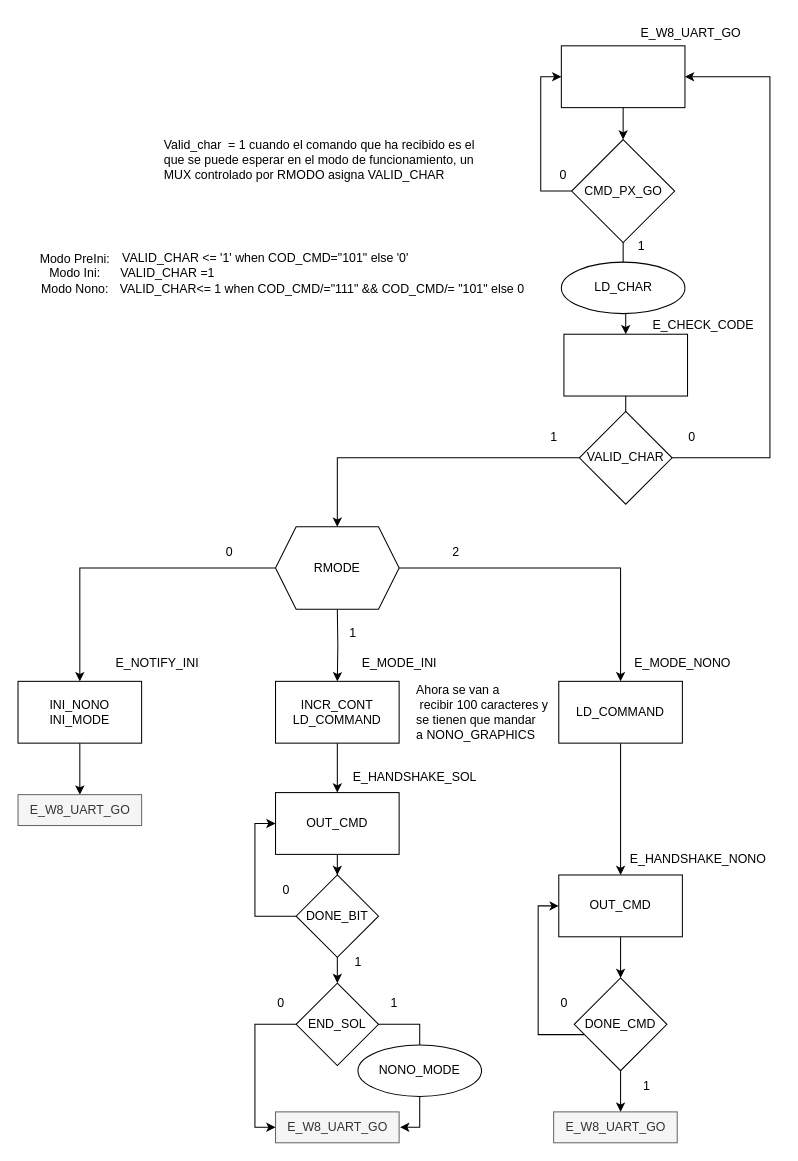
This is DiagramasDisenio/FicherosDrawio/CMD_PROCESS_UC.drawio from DASDNonograma/Nonograma, a draw.io file, before an edit. Source tidied: cells renumbered, new cells numbered last; positions are measured from the earlier drawing's top-left corner, leaving out a move shared by most shapes. Both pictures are drawn from the tidied source at 103%, with x=0, y=0 at pixel (18, 18).
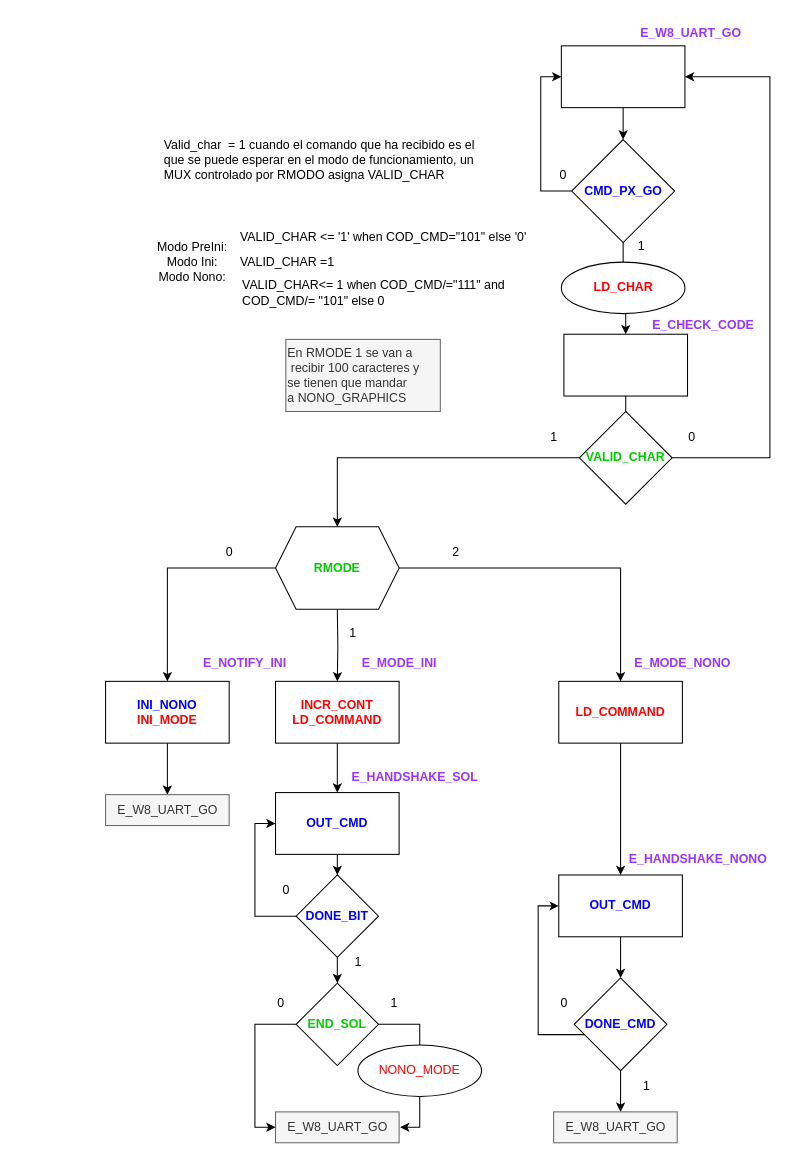
The same diagram, later.

Commit message (it also covers changes not shown here):
Actualizando Drawios de CMD_PROCESS y NONO_CURSOR

What changed in the source:
```diff
@@
-    <mxCell id="4" value="E_W8_UART_GO" style="text;html=1;align=center;verticalAlign=middle;strokeColor=none;fillColor=none;" parent="1" vertex="1">
+    <mxCell id="4" value="E_W8_UART_GO" style="text;html=1;align=center;verticalAlign=middle;strokeColor=none;fillColor=none;fontColor=#9933FF;fontStyle=1;" parent="1" vertex="1">
       <mxGeometry x="592.5" width="120" height="30" as="geometry" />
     </mxCell>
@@
     <mxCell id="8" style="edgeStyle=orthogonalEdgeStyle;rounded=0;jettySize=auto;html=1;" parent="1" edge="1" source="9">
       <mxGeometry relative="1" as="geometry">
-        <mxPoint x="60" y="754" as="targetPoint" />
+        <mxPoint x="145" y="754" as="targetPoint" />
       </mxGeometry>
     </mxCell>
-    <mxCell id="9" value="INI_NONO&lt;br&gt;INI_MODE" style="whiteSpace=wrap;html=1;" parent="1" vertex="1">
-      <mxGeometry y="644" width="120" height="60" as="geometry" />
+    <mxCell id="9" value="&lt;font color=&quot;#0000ff&quot;&gt;&lt;b&gt;INI_NONO&lt;br&gt;&lt;/b&gt;&lt;/font&gt;&lt;font color=&quot;#ff0000&quot;&gt;&lt;b&gt;INI_MODE&lt;/b&gt;&lt;/font&gt;" style="whiteSpace=wrap;html=1;" parent="1" vertex="1">
+      <mxGeometry x="85" y="644" width="120" height="60" as="geometry" />
     </mxCell>
@@
-    <mxCell id="11" value="INCR_CONT&lt;br&gt;LD_COMMAND" style="whiteSpace=wrap;html=1;" parent="1" vertex="1">
+    <mxCell id="11" value="INCR_CONT&lt;br&gt;LD_COMMAND" style="whiteSpace=wrap;html=1;fontColor=#FF0000;fontStyle=1;" parent="1" vertex="1">
       <mxGeometry x="250" y="644" width="120" height="60" as="geometry" />
     </mxCell>
@@
-    <mxCell id="13" value="LD_COMMAND" style="whiteSpace=wrap;html=1;" parent="1" vertex="1">
+    <mxCell id="13" value="LD_COMMAND" style="whiteSpace=wrap;html=1;fontColor=#FF0000;fontStyle=1;" parent="1" vertex="1">
       <mxGeometry x="525" y="644" width="120" height="60" as="geometry" />
     </mxCell>
-    <mxCell id="14" value="RMODE" style="shape=hexagon;perimeter=hexagonPerimeter2;whiteSpace=wrap;html=1;fixedSize=1;" parent="1" vertex="1">
+    <mxCell id="14" value="RMODE" style="shape=hexagon;perimeter=hexagonPerimeter2;whiteSpace=wrap;html=1;fixedSize=1;fontColor=#00CC00;fontStyle=1;" parent="1" vertex="1">
       <mxGeometry x="250" y="494" width="120" height="80" as="geometry" />
     </mxCell>
@@
-    <mxCell id="19" value="OUT_CMD" style="whiteSpace=wrap;html=1;" parent="1" vertex="1">
+    <mxCell id="19" value="OUT_CMD" style="whiteSpace=wrap;html=1;fontColor=#0000FF;fontStyle=1;" parent="1" vertex="1">
       <mxGeometry x="525" y="832" width="120" height="60" as="geometry" />
     </mxCell>
@@
-    <mxCell id="23" value="CMD_PX_GO" style="rhombus;whiteSpace=wrap;html=1;" parent="1" vertex="1">
+    <mxCell id="23" value="CMD_PX_GO" style="rhombus;whiteSpace=wrap;html=1;fontColor=#0000FF;fontStyle=1;" parent="1" vertex="1">
       <mxGeometry x="537.5" y="118" width="100" height="100" as="geometry" />
     </mxCell>
@@
-    <mxCell id="28" value="DONE_CMD" style="rhombus;whiteSpace=wrap;html=1;" parent="1" vertex="1">
+    <mxCell id="28" value="DONE_CMD" style="rhombus;whiteSpace=wrap;html=1;fontColor=#0000FF;fontStyle=1;" parent="1" vertex="1">
       <mxGeometry x="540" y="932" width="90" height="90" as="geometry" />
     </mxCell>
@@
-    <mxCell id="32" value="E_MODE_NONO" style="text;html=1;align=center;verticalAlign=middle;strokeColor=none;fillColor=none;" parent="1" vertex="1">
+    <mxCell id="32" value="E_MODE_NONO" style="text;html=1;align=center;verticalAlign=middle;strokeColor=none;fillColor=none;fontColor=#9933FF;fontStyle=1;" parent="1" vertex="1">
       <mxGeometry x="585" y="612" width="120" height="30" as="geometry" />
     </mxCell>
-    <mxCell id="33" value="E_NOTIFY_INI" style="text;html=1;align=center;verticalAlign=middle;strokeColor=none;fillColor=none;" parent="1" vertex="1">
-      <mxGeometry x="85" y="612" width="100" height="30" as="geometry" />
+    <mxCell id="33" value="E_NOTIFY_INI" style="text;html=1;align=center;verticalAlign=middle;strokeColor=none;fillColor=none;fontColor=#9933FF;fontStyle=1;" parent="1" vertex="1">
+      <mxGeometry x="170" y="612" width="100" height="30" as="geometry" />
     </mxCell>
-    <mxCell id="34" value="E_HANDSHAKE_NONO" style="text;html=1;align=center;verticalAlign=middle;strokeColor=none;fillColor=none;" parent="1" vertex="1">
+    <mxCell id="34" value="E_HANDSHAKE_NONO" style="text;html=1;align=center;verticalAlign=middle;strokeColor=none;fillColor=none;fontColor=#9933FF;fontStyle=1;" parent="1" vertex="1">
       <mxGeometry x="580" y="802" width="160" height="30" as="geometry" />
     </mxCell>
-    <mxCell id="35" value="Ahora se van a&lt;br&gt;&amp;nbsp;recibir 100 caracteres y &lt;br&gt;se tienen que mandar &lt;br&gt;a NONO_GRAPHICS" style="text;html=1;align=left;verticalAlign=middle;strokeColor=none;fillColor=none;" parent="1" vertex="1">
-      <mxGeometry x="385" y="639" width="150" height="70" as="geometry" />
+    <mxCell id="35" value="En RMODE 1 se van a&lt;br&gt;&amp;nbsp;recibir 100 caracteres y &lt;br&gt;se tienen que mandar &lt;br&gt;a NONO_GRAPHICS" style="text;html=1;align=left;verticalAlign=middle;strokeColor=#666666;fillColor=#f5f5f5;fontColor=#333333;" parent="1" vertex="1">
+      <mxGeometry x="260" y="312" width="150" height="70" as="geometry" />
     </mxCell>
     <mxCell id="36" value="E_W8_UART_GO" style="text;html=1;align=center;verticalAlign=middle;fillColor=#f5f5f5;fontColor=#333333;strokeColor=#666666;" parent="1" vertex="1">
-      <mxGeometry y="754" width="120" height="30" as="geometry" />
+      <mxGeometry x="85" y="754" width="120" height="30" as="geometry" />
     </mxCell>
-    <mxCell id="37" value="E_MODE_INI" style="text;html=1;align=center;verticalAlign=middle;strokeColor=none;fillColor=none;" parent="1" vertex="1">
+    <mxCell id="37" value="E_MODE_INI" style="text;html=1;align=center;verticalAlign=middle;strokeColor=none;fillColor=none;fontColor=#9933FF;fontStyle=1;" parent="1" vertex="1">
       <mxGeometry x="320" y="612" width="100" height="30" as="geometry" />
     </mxCell>
-    <mxCell id="38" value="END_SOL" style="rhombus;whiteSpace=wrap;html=1;" parent="1" vertex="1">
+    <mxCell id="38" value="END_SOL" style="rhombus;whiteSpace=wrap;html=1;fontColor=#00CC00;fontStyle=1;" parent="1" vertex="1">
       <mxGeometry x="270" y="937" width="80" height="80" as="geometry" />
     </mxCell>
@@
-    <mxCell id="44" value="NONO_MODE" style="ellipse;whiteSpace=wrap;html=1;" parent="1" vertex="1">
+    <mxCell id="44" value="NONO_MODE" style="ellipse;whiteSpace=wrap;html=1;fontColor=#FF0000;" parent="1" vertex="1">
       <mxGeometry x="330" y="997" width="120" height="50" as="geometry" />
     </mxCell>
@@
-    <mxCell id="47" value="VALID_CHAR" style="rhombus;whiteSpace=wrap;html=1;" parent="1" vertex="1">
+    <mxCell id="47" value="VALID_CHAR" style="rhombus;whiteSpace=wrap;html=1;fontColor=#00CC00;fontStyle=1;" parent="1" vertex="1">
       <mxGeometry x="545" y="382" width="90" height="90" as="geometry" />
     </mxCell>
@@
-    <mxCell id="51" value="OUT_CMD" style="whiteSpace=wrap;html=1;" parent="1" vertex="1">
+    <mxCell id="51" value="OUT_CMD" style="whiteSpace=wrap;html=1;fontColor=#0000FF;fontStyle=1;" parent="1" vertex="1">
       <mxGeometry x="250" y="752" width="120" height="60" as="geometry" />
     </mxCell>
-    <mxCell id="52" value="E_HANDSHAKE_SOL" style="text;html=1;align=center;verticalAlign=middle;strokeColor=none;fillColor=none;" parent="1" vertex="1">
-      <mxGeometry x="315" y="722" width="140" height="30" as="geometry" />
+    <mxCell id="52" value="E_HANDSHAKE_SOL" style="text;html=1;align=center;verticalAlign=middle;strokeColor=none;fillColor=none;fontColor=#9933FF;fontStyle=1;" parent="1" vertex="1">
+      <mxGeometry x="310" y="722" width="150" height="30" as="geometry" />
     </mxCell>
@@
-    <mxCell id="55" value="DONE_BIT" style="rhombus;whiteSpace=wrap;html=1;" parent="1" vertex="1">
+    <mxCell id="55" value="DONE_BIT" style="rhombus;whiteSpace=wrap;html=1;fontColor=#0000FF;fontStyle=1;" parent="1" vertex="1">
       <mxGeometry x="270" y="832" width="80" height="80" as="geometry" />
     </mxCell>
@@
-    <mxCell id="59" value="VALID_CHAR&amp;lt;= 1 when COD_CMD/=&quot;111&quot; &amp;amp;&amp;amp; COD_CMD/= &quot;101&quot; else 0" style="text;html=1;align=center;verticalAlign=middle;strokeColor=none;fillColor=none;" parent="1" vertex="1">
-      <mxGeometry x="85" y="248" width="420" height="30" as="geometry" />
-    </mxCell>
-    <mxCell id="60" value="Modo PreIni:&lt;br&gt;Modo Ini:&lt;br&gt;Modo Nono:" style="text;html=1;align=center;verticalAlign=middle;strokeColor=none;fillColor=none;" parent="1" vertex="1">
-      <mxGeometry x="10" y="218" width="90" height="60" as="geometry" />
-    </mxCell>
@@
-    <mxCell id="62" value="E_CHECK_CODE" style="text;html=1;align=center;verticalAlign=middle;strokeColor=none;fillColor=none;" parent="1" vertex="1">
+    <mxCell id="62" value="E_CHECK_CODE" style="text;html=1;align=center;verticalAlign=middle;strokeColor=none;fillColor=none;fontColor=#9933FF;fontStyle=1;" parent="1" vertex="1">
       <mxGeometry x="605" y="283" width="120" height="30" as="geometry" />
     </mxCell>
-    <mxCell id="63" value="LD_CHAR" style="ellipse;whiteSpace=wrap;html=1;" parent="1" vertex="1">
+    <mxCell id="63" value="LD_CHAR" style="ellipse;whiteSpace=wrap;html=1;fontColor=#FF0000;fontStyle=1;" parent="1" vertex="1">
       <mxGeometry x="527.5" y="237" width="120" height="50" as="geometry" />
     </mxCell>
-    <mxCell id="64" value="VALID_CHAR =1" style="text;html=1;align=center;verticalAlign=middle;strokeColor=none;fillColor=none;" parent="1" vertex="1">
-      <mxGeometry x="90" y="233" width="110" height="30" as="geometry" />
+    <mxCell id="64" value="VALID_CHAR =1" style="text;html=1;align=left;verticalAlign=middle;strokeColor=none;fillColor=none;" parent="1" vertex="1">
+      <mxGeometry x="213.5" y="222" width="110" height="30" as="geometry" />
     </mxCell>
+    <mxCell id="59" value="VALID_CHAR&amp;lt;= 1 when COD_CMD/=&quot;111&quot; and&lt;br&gt;COD_CMD/= &quot;101&quot; else 0" style="text;html=1;align=left;verticalAlign=middle;strokeColor=none;fillColor=none;" parent="1" vertex="1">
+      <mxGeometry x="215.5" y="247" width="280" height="40" as="geometry" />
+    </mxCell>
+    <mxCell id="60" value="Modo PreIni:&lt;br&gt;Modo Ini:&lt;br&gt;Modo Nono:" style="text;html=1;align=center;verticalAlign=middle;strokeColor=none;fillColor=none;" parent="1" vertex="1">
+      <mxGeometry x="123.5" y="207" width="90" height="60" as="geometry" />
+    </mxCell>
-    <mxCell id="65" value="VALID_CHAR &amp;lt;= '1' when COD_CMD=&quot;101&quot; else '0'" style="text;html=1;align=center;verticalAlign=middle;strokeColor=none;fillColor=none;" parent="1" vertex="1">
-      <mxGeometry x="90" y="218" width="300" height="30" as="geometry" />
+    <mxCell id="65" value="VALID_CHAR &amp;lt;= '1' when COD_CMD=&quot;101&quot; else '0'" style="text;html=1;align=left;verticalAlign=middle;strokeColor=none;fillColor=none;" parent="1" vertex="1">
+      <mxGeometry x="213.5" y="198" width="300" height="30" as="geometry" />
     </mxCell>
```
